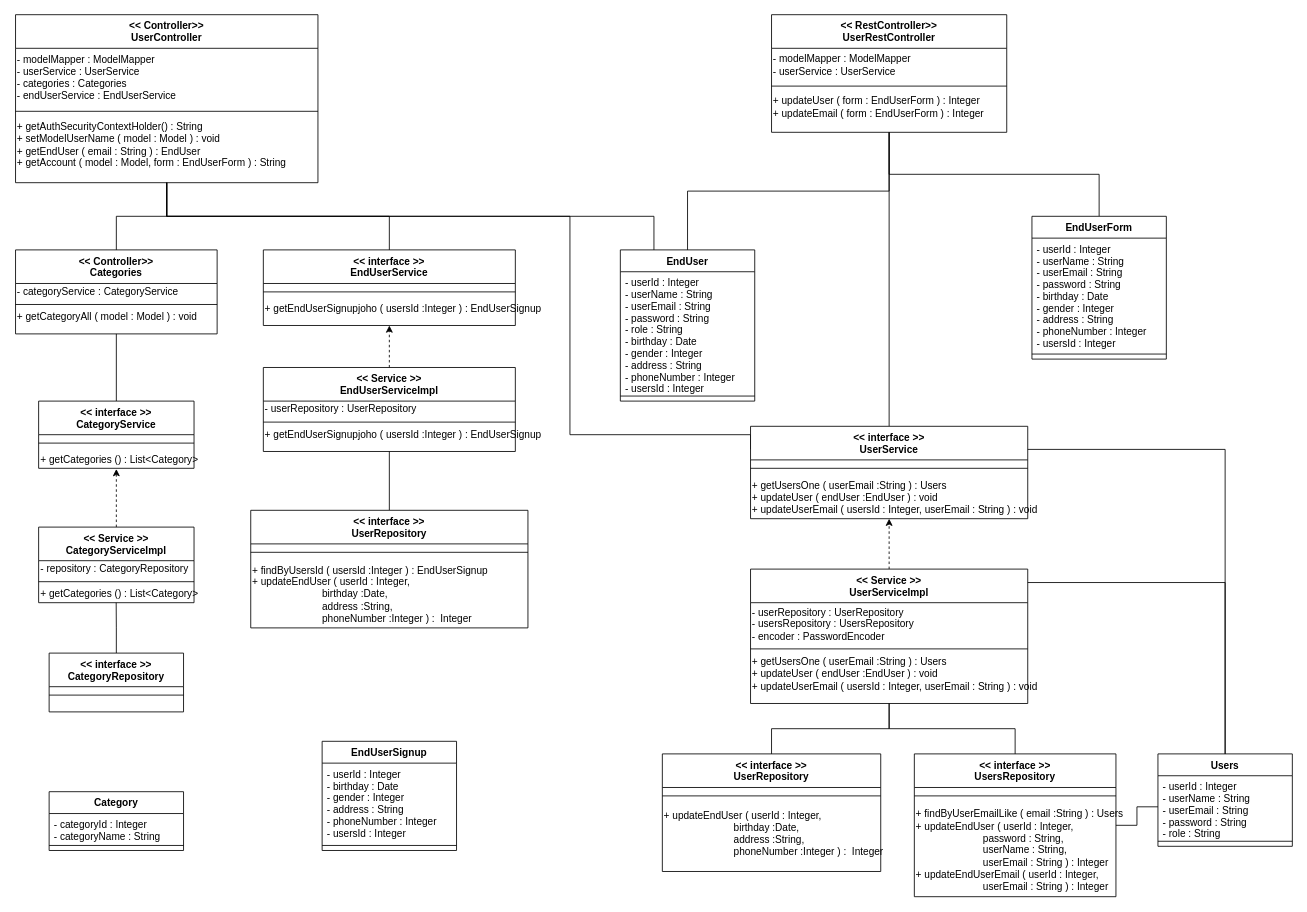
Earlier version of the draw.io diagram page "アカウント情報編集機能（ユーザー用）" (2 of 3) of 名称未設定ファイル.drawio (kumikoarai/ecsite). Source tidied: cells renumbered, new cells numbered last; positions are measured from the earlier drawing's top-left corner, leaving out a move shared by most shapes. Both pictures are drawn from the tidied source at 84%, with x=0, y=0 at pixel (15, 14).
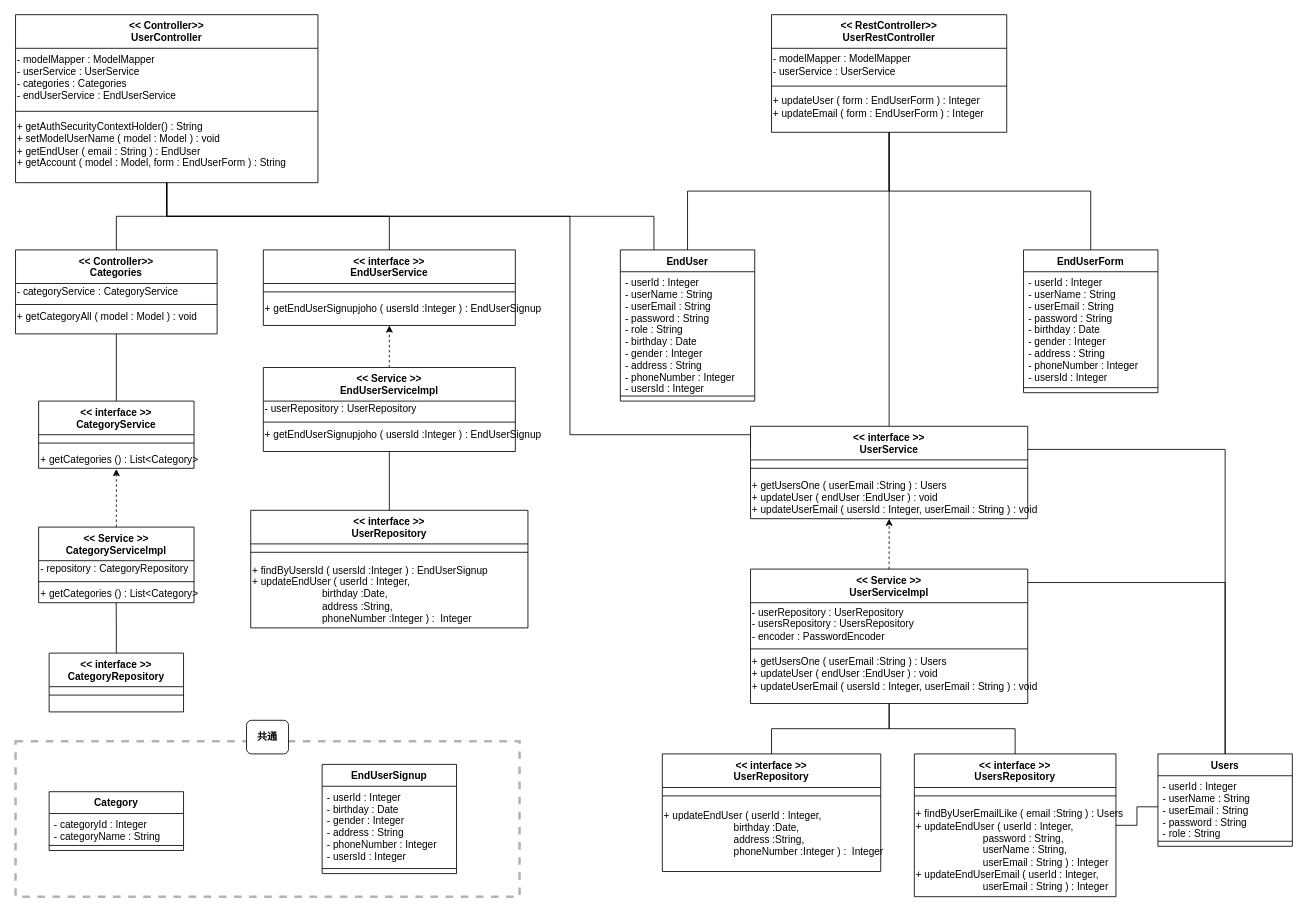
After the change.

Commit message:
名称未設定ファイル.drawio を更新します

Diff of the diagram source:
```diff
@@
+    <mxCell id="79" style="rounded=0;whiteSpace=wrap;html=1;dashed=1;labelBackgroundColor=none;labelBorderColor=none;strokeColor=#B3B3B3;strokeWidth=3;fontSize=12;" parent="1" vertex="1">
+      <mxGeometry y="865" width="600" height="185" as="geometry" />
+    </mxCell>
+    <mxCell id="80" value="共通" style="rounded=1;whiteSpace=wrap;html=1;fontStyle=1;fontSize=12;" parent="1" vertex="1">
+      <mxGeometry x="275" y="840" width="50" height="40" as="geometry" />
+    </mxCell>
@@
     <mxCell id="17" value="EndUserForm" style="swimlane;fontStyle=1;align=center;verticalAlign=middle;horizontal=1;startSize=26;rounded=0;shadow=0;strokeWidth=1;" parent="1" vertex="1">
-      <mxGeometry x="1210" y="240" width="160" height="170" as="geometry" />
+      <mxGeometry x="1200" y="280" width="160" height="170" as="geometry" />
     </mxCell>
@@
     <mxCell id="69" value="EndUserSignup" style="swimlane;fontStyle=1;align=center;verticalAlign=middle;horizontal=1;startSize=26;rounded=0;shadow=0;strokeWidth=1;" parent="1" vertex="1">
-      <mxGeometry x="365" y="865" width="160" height="130" as="geometry" />
+      <mxGeometry x="365" y="892.5" width="160" height="130" as="geometry" />
     </mxCell>
```
